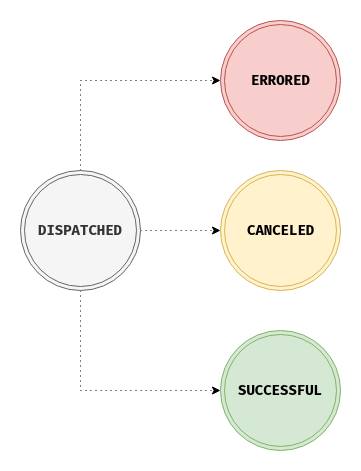
ngxs/store keeps this draw.io diagram as docs/assets/actions-fsm.png. Above is the earlier version. Source tidied: cells renumbered, new cells last; positions are measured from the earlier drawing's top-left corner, leaving out a move shared by most shapes. Source of this version:
```xml
<mxGraphModel>
  <root>
    <mxCell id="0" />
    <mxCell id="1" parent="0" />
    <mxCell id="2" style="rounded=0;jettySize=auto;html=1;exitX=0.5;exitY=0;exitDx=0;exitDy=0;entryX=0;entryY=0.5;entryDx=0;entryDy=0;edgeStyle=orthogonalEdgeStyle;dashed=1;dashPattern=1 4;" parent="1" edge="1" source="5" target="6">
      <mxGeometry relative="1" as="geometry" />
    </mxCell>
    <mxCell id="3" style="edgeStyle=orthogonalEdgeStyle;rounded=0;jettySize=auto;html=1;exitX=0.5;exitY=1;exitDx=0;exitDy=0;entryX=0;entryY=0.5;entryDx=0;entryDy=0;dashed=1;dashPattern=1 4;" parent="1" edge="1" source="5" target="8">
      <mxGeometry relative="1" as="geometry" />
    </mxCell>
    <mxCell id="4" style="edgeStyle=orthogonalEdgeStyle;rounded=0;jettySize=auto;html=1;exitX=1;exitY=0.5;exitDx=0;exitDy=0;entryX=0;entryY=0.5;entryDx=0;entryDy=0;dashed=1;dashPattern=1 4;" parent="1" edge="1" source="5" target="7">
      <mxGeometry relative="1" as="geometry" />
    </mxCell>
    <mxCell id="5" value="&lt;font style=&quot;font-size: 14px&quot; face=&quot;Fira Code&quot;&gt;&lt;b&gt;DISPATCHED&lt;/b&gt;&lt;/font&gt;" style="ellipse;shape=doubleEllipse;html=1;dashed=0;whitespace=wrap;fillColor=#f5f5f5;strokeColor=#666666;fontColor=#333333;" parent="1" vertex="1">
      <mxGeometry y="150" width="120" height="120" as="geometry" />
    </mxCell>
    <mxCell id="6" value="&lt;font face=&quot;Fira Code&quot;&gt;&lt;span style=&quot;font-size: 14px&quot;&gt;&lt;b&gt;ERRORED&lt;/b&gt;&lt;/span&gt;&lt;/font&gt;" style="ellipse;shape=doubleEllipse;html=1;dashed=0;whitespace=wrap;fillColor=#f8cecc;strokeColor=#b85450;" parent="1" vertex="1">
      <mxGeometry x="200" width="120" height="120" as="geometry" />
    </mxCell>
    <mxCell id="7" value="&lt;font face=&quot;Fira Code&quot;&gt;&lt;span style=&quot;font-size: 14px&quot;&gt;&lt;b&gt;CANCELED&lt;/b&gt;&lt;/span&gt;&lt;/font&gt;" style="ellipse;shape=doubleEllipse;html=1;dashed=0;whitespace=wrap;fillColor=#fff2cc;strokeColor=#d6b656;" parent="1" vertex="1">
      <mxGeometry x="200" y="150" width="120" height="120" as="geometry" />
    </mxCell>
    <mxCell id="8" value="&lt;font style=&quot;font-size: 14px&quot; face=&quot;Fira Code&quot;&gt;&lt;b&gt;SUCCESSFUL&lt;/b&gt;&lt;/font&gt;" style="ellipse;shape=doubleEllipse;html=1;dashed=0;whitespace=wrap;fillColor=#d5e8d4;strokeColor=#82b366;" parent="1" vertex="1">
      <mxGeometry x="200" y="310" width="120" height="120" as="geometry" />
    </mxCell>
  </root>
</mxGraphModel>
```
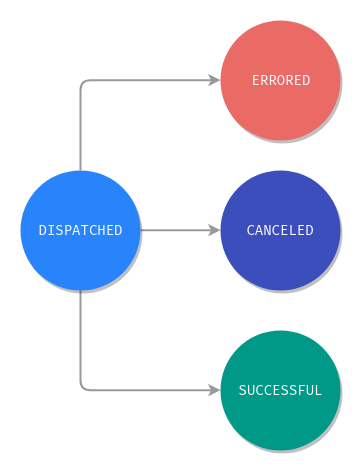
The same diagram one commit later.

The edit, as a diff of the source:
```diff
@@ -2,26 +2,26 @@
   <root>
     <mxCell id="0" />
     <mxCell id="1" parent="0" />
+    <mxCell id="8" value="&lt;font face=&quot;Fira Code&quot;&gt;&lt;span style=&quot;font-size: 14px&quot;&gt;SUCCESSFUL&lt;/span&gt;&lt;/font&gt;" style="ellipse;whiteSpace=wrap;html=1;shadow=1;strokeColor=none;fillColor=#009988;fontColor=#FFFFFF;" parent="1" vertex="1">
+      <mxGeometry x="200" y="310" width="120" height="120" as="geometry" />
+    </mxCell>
+    <mxCell id="6" value="&lt;font style=&quot;font-size: 14px&quot; face=&quot;Fira Code&quot;&gt;ERRORED&lt;/font&gt;" style="ellipse;whiteSpace=wrap;html=1;shadow=1;strokeColor=none;fillColor=#EA6B66;fontColor=#FFFFFF;" parent="1" vertex="1">
+      <mxGeometry x="200" width="120" height="120" as="geometry" />
+    </mxCell>
-    <mxCell id="2" style="rounded=0;jettySize=auto;html=1;exitX=0.5;exitY=0;exitDx=0;exitDy=0;entryX=0;entryY=0.5;entryDx=0;entryDy=0;edgeStyle=orthogonalEdgeStyle;dashed=1;dashPattern=1 4;" parent="1" edge="1" source="5" target="6">
+    <mxCell id="2" style="endArrow=classic;verticalAlign=top;shadow=0;horizontal=1;labelBackgroundColor=none;html=1;comic=0;fillColor=#eeeeee;strokeColor=#999999;jumpStyle=none;fontColor=#666666;strokeWidth=2;fontStyle=1;spacing=0;labelPosition=center;verticalLabelPosition=middle;align=center;labelBorderColor=none;entryX=0;entryY=0.5;entryDx=0;entryDy=0;edgeStyle=orthogonalEdgeStyle;exitX=0.5;exitY=0;exitDx=0;exitDy=0;" parent="1" edge="1" source="5" target="6">
       <mxGeometry relative="1" as="geometry" />
     </mxCell>
+    <mxCell id="4" style="endArrow=classic;verticalAlign=top;shadow=0;horizontal=1;labelBackgroundColor=none;html=1;comic=0;fillColor=#eeeeee;strokeColor=#999999;jumpStyle=none;fontColor=#666666;strokeWidth=2;fontStyle=1;spacing=0;labelPosition=center;verticalLabelPosition=middle;align=center;labelBorderColor=none;entryX=0;entryY=0.5;entryDx=0;entryDy=0;edgeStyle=orthogonalEdgeStyle;exitX=1;exitY=0.5;exitDx=0;exitDy=0;" parent="1" edge="1" source="5" target="7">
+      <mxGeometry relative="1" as="geometry" />
+    </mxCell>
-    <mxCell id="3" style="edgeStyle=orthogonalEdgeStyle;rounded=0;jettySize=auto;html=1;exitX=0.5;exitY=1;exitDx=0;exitDy=0;entryX=0;entryY=0.5;entryDx=0;entryDy=0;dashed=1;dashPattern=1 4;" parent="1" edge="1" source="5" target="8">
+    <mxCell id="3" style="endArrow=classic;verticalAlign=top;shadow=0;horizontal=1;labelBackgroundColor=none;html=1;comic=0;fillColor=#eeeeee;strokeColor=#999999;jumpStyle=none;fontColor=#666666;strokeWidth=2;fontStyle=1;spacing=0;labelPosition=center;verticalLabelPosition=middle;align=center;labelBorderColor=none;entryX=0;entryY=0.5;entryDx=0;entryDy=0;edgeStyle=orthogonalEdgeStyle;exitX=0.5;exitY=1;exitDx=0;exitDy=0;" parent="1" edge="1" source="5" target="8">
       <mxGeometry relative="1" as="geometry" />
     </mxCell>
-    <mxCell id="4" style="edgeStyle=orthogonalEdgeStyle;rounded=0;jettySize=auto;html=1;exitX=1;exitY=0.5;exitDx=0;exitDy=0;entryX=0;entryY=0.5;entryDx=0;entryDy=0;dashed=1;dashPattern=1 4;" parent="1" edge="1" source="5" target="7">
-      <mxGeometry relative="1" as="geometry" />
-    </mxCell>
-    <mxCell id="5" value="&lt;font style=&quot;font-size: 14px&quot; face=&quot;Fira Code&quot;&gt;&lt;b&gt;DISPATCHED&lt;/b&gt;&lt;/font&gt;" style="ellipse;shape=doubleEllipse;html=1;dashed=0;whitespace=wrap;fillColor=#f5f5f5;strokeColor=#666666;fontColor=#333333;" parent="1" vertex="1">
+    <mxCell id="5" value="&lt;font face=&quot;Fira Code&quot; style=&quot;font-size: 14px&quot;&gt;DISPATCHED&lt;/font&gt;" style="ellipse;whiteSpace=wrap;html=1;fillColor=#2984FC;strokeColor=none;shadow=1;fontColor=#ffffff;labelPadding=0;" parent="1" vertex="1">
       <mxGeometry y="150" width="120" height="120" as="geometry" />
     </mxCell>
-    <mxCell id="6" value="&lt;font face=&quot;Fira Code&quot;&gt;&lt;span style=&quot;font-size: 14px&quot;&gt;&lt;b&gt;ERRORED&lt;/b&gt;&lt;/span&gt;&lt;/font&gt;" style="ellipse;shape=doubleEllipse;html=1;dashed=0;whitespace=wrap;fillColor=#f8cecc;strokeColor=#b85450;" parent="1" vertex="1">
-      <mxGeometry x="200" width="120" height="120" as="geometry" />
-    </mxCell>
-    <mxCell id="7" value="&lt;font face=&quot;Fira Code&quot;&gt;&lt;span style=&quot;font-size: 14px&quot;&gt;&lt;b&gt;CANCELED&lt;/b&gt;&lt;/span&gt;&lt;/font&gt;" style="ellipse;shape=doubleEllipse;html=1;dashed=0;whitespace=wrap;fillColor=#fff2cc;strokeColor=#d6b656;" parent="1" vertex="1">
+    <mxCell id="7" value="&lt;font style=&quot;font-size: 14px&quot; face=&quot;Fira Code&quot;&gt;CANCELED&lt;/font&gt;" style="ellipse;whiteSpace=wrap;html=1;shadow=1;strokeColor=none;fillColor=#3c4ebb;fontColor=#FFFFFF;" parent="1" vertex="1">
       <mxGeometry x="200" y="150" width="120" height="120" as="geometry" />
     </mxCell>
-    <mxCell id="8" value="&lt;font style=&quot;font-size: 14px&quot; face=&quot;Fira Code&quot;&gt;&lt;b&gt;SUCCESSFUL&lt;/b&gt;&lt;/font&gt;" style="ellipse;shape=doubleEllipse;html=1;dashed=0;whitespace=wrap;fillColor=#d5e8d4;strokeColor=#82b366;" parent="1" vertex="1">
-      <mxGeometry x="200" y="310" width="120" height="120" as="geometry" />
-    </mxCell>
   </root>
 </mxGraphModel>
```
